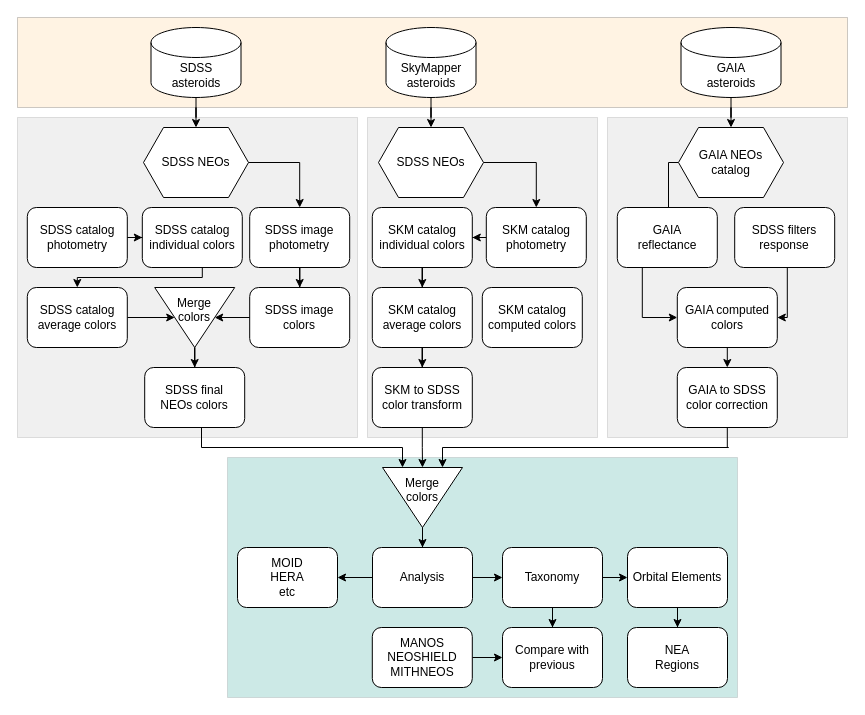
AlexeySergeyev/myutils keeps this draw.io diagram as NEOs diagram.drawio. Above is the earlier version. Source tidied: cells renumbered, new cells numbered last; positions are measured from the earlier drawing's top-left corner, leaving out a move shared by most shapes. Both pictures are drawn from the tidied source at 100%, with x=0, y=0 at pixel (17, 17).
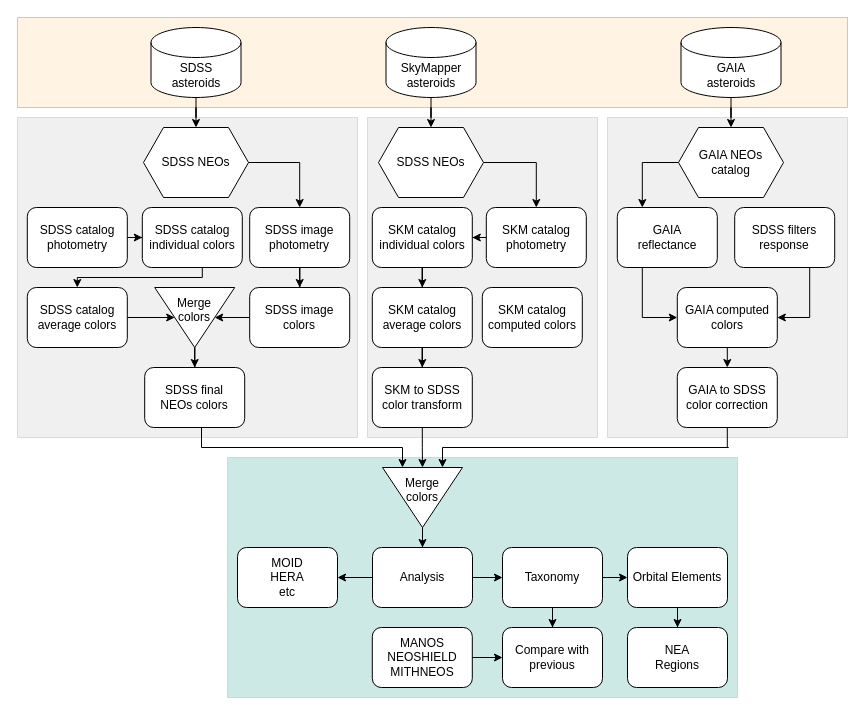
The same diagram, later.

The change refers to these unchanged cells:
```xml
<mxCell id="41" value="GAIA NEOs catalog" style="shape=hexagon;perimeter=hexagonPerimeter2;whiteSpace=wrap;html=1;fixedSize=1;" parent="1" vertex="1">
  <mxGeometry x="661" y="110" width="105" height="70" as="geometry" />
</mxCell>
<mxCell id="43" value="&lt;div&gt;GAIA &lt;br&gt;&lt;/div&gt;&lt;div&gt;reflectance&lt;/div&gt;" style="rounded=1;whiteSpace=wrap;html=1;" parent="1" vertex="1">
  <mxGeometry x="599.8" y="190" width="100" height="60" as="geometry" />
</mxCell>
<mxCell id="45" value="SDSS filters response" style="rounded=1;whiteSpace=wrap;html=1;fontStyle=0;" parent="1" vertex="1">
  <mxGeometry x="717.2" y="190" width="100" height="60" as="geometry" />
</mxCell>
<mxCell id="63" value="GAIA computed colors" style="rounded=1;whiteSpace=wrap;html=1;" parent="1" vertex="1">
  <mxGeometry x="659.8" y="270" width="100" height="60" as="geometry" />
</mxCell>
```

Diff of the diagram source:
```diff
@@
-    <mxCell id="40" style="edgeStyle=orthogonalEdgeStyle;rounded=0;jettySize=auto;html=1;entryX=0.5;entryY=0;entryDx=0;entryDy=0;exitX=0;exitY=0.5;exitDx=0;exitDy=0;" parent="1" edge="1" source="41" target="43">
-      <mxGeometry relative="1" as="geometry">
-        <Array as="points">
-          <mxPoint x="651" y="145" />
-          <mxPoint x="651" y="200" />
-        </Array>
-      </mxGeometry>
+    <mxCell id="40" style="edgeStyle=orthogonalEdgeStyle;rounded=0;jettySize=auto;html=1;entryX=0.25;entryY=0;entryDx=0;entryDy=0;startArrow=none;startFill=0;endArrow=classic;endFill=1;exitX=0;exitY=0.5;exitDx=0;exitDy=0;" parent="1" edge="1" source="41" target="43">
+      <mxGeometry relative="1" as="geometry" />
     </mxCell>
@@
-    <mxCell id="44" style="edgeStyle=orthogonalEdgeStyle;rounded=0;jettySize=auto;html=1;entryX=1;entryY=0.5;entryDx=0;entryDy=0;" parent="1" edge="1" source="45" target="63">
+    <mxCell id="44" style="edgeStyle=orthogonalEdgeStyle;rounded=0;jettySize=auto;html=1;entryX=1;entryY=0.5;entryDx=0;entryDy=0;exitX=0.75;exitY=1;exitDx=0;exitDy=0;" parent="1" edge="1" source="45" target="63">
       <mxGeometry relative="1" as="geometry">
         <Array as="points">
-          <mxPoint x="769.8" y="300" />
+          <mxPoint x="792" y="300" />
         </Array>
       </mxGeometry>
     </mxCell>
```
